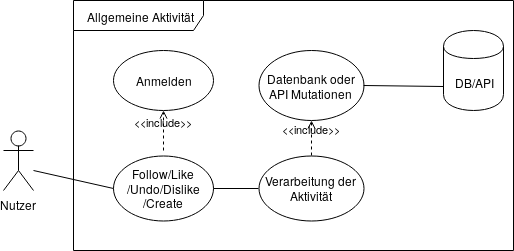
Above: figures/generel-activity-usecase.png in Mastercuber/bachelor-thesis (draw.io), before the change. Source tidied: cells renumbered, new cells last; positions are measured from the earlier drawing's top-left corner, leaving out a move shared by most shapes.
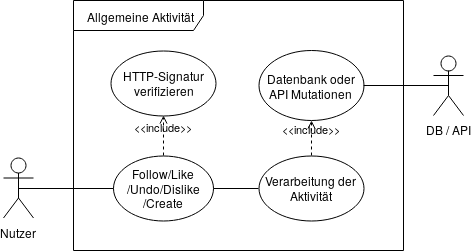
Later version of the same file.

Change to the diagram source:
```diff
@@ -3,26 +3,16 @@
     <mxCell id="0" />
     <mxCell id="1" parent="0" />
     <mxCell id="2" value="Allgemeine Aktivität" style="shape=umlFrame;whiteSpace=wrap;html=1;width=130;height=30;" parent="1" vertex="1">
-      <mxGeometry x="70" width="440" height="250" as="geometry" />
+      <mxGeometry x="70" width="330" height="250" as="geometry" />
     </mxCell>
     <mxCell id="3" value="Nutzer" style="shape=umlActor;html=1;verticalLabelPosition=bottom;verticalAlign=top;align=center;" parent="1" vertex="1">
-      <mxGeometry y="130" width="30" height="60" as="geometry" />
+      <mxGeometry y="157.5" width="30" height="60" as="geometry" />
     </mxCell>
     <mxCell id="4" value="Follow/Like/Undo/Dislike/Create" style="ellipse;whiteSpace=wrap;html=1;" parent="1" vertex="1">
       <mxGeometry x="110" y="155" width="100" height="65" as="geometry" />
     </mxCell>
-    <mxCell id="5" value="Anmelden" style="ellipse;whiteSpace=wrap;html=1;" parent="1" vertex="1">
-      <mxGeometry x="110" y="50" width="100" height="60" as="geometry" />
-    </mxCell>
-    <mxCell id="6" value="&amp;lt;&amp;lt;include&amp;gt;&amp;gt;" style="edgeStyle=none;html=1;endArrow=open;verticalAlign=bottom;dashed=1;labelBackgroundColor=none;entryX=0.5;entryY=1;entryDx=0;entryDy=0;" parent="1" edge="1" target="5">
-      <mxGeometry relative="1" as="geometry">
-        <mxPoint x="160" y="150" as="sourcePoint" />
-      </mxGeometry>
-    </mxCell>
-    <mxCell id="7" style="edgeStyle=none;html=1;endArrow=none;verticalAlign=bottom;entryX=0;entryY=0.5;entryDx=0;entryDy=0;" parent="1" edge="1" target="4">
-      <mxGeometry relative="1" as="geometry">
-        <mxPoint x="30" y="170" as="sourcePoint" />
-      </mxGeometry>
+    <mxCell id="7" style="edgeStyle=none;html=1;endArrow=none;verticalAlign=bottom;entryX=0;entryY=0.5;entryDx=0;entryDy=0;exitX=0.5;exitY=0.5;exitDx=0;exitDy=0;exitPerimeter=0;" parent="1" edge="1" source="3" target="4">
+      <mxGeometry relative="1" as="geometry" />
     </mxCell>
     <mxCell id="8" value="Verarbeitung der Aktivität" style="ellipse;whiteSpace=wrap;html=1;" parent="1" vertex="1">
       <mxGeometry x="255" y="155" width="105" height="65" as="geometry" />
@@ -30,17 +20,23 @@
     <mxCell id="9" style="edgeStyle=none;html=1;endArrow=none;verticalAlign=bottom;exitX=1;exitY=0.5;exitDx=0;exitDy=0;entryX=0;entryY=0.5;entryDx=0;entryDy=0;" parent="1" edge="1" source="4" target="8">
       <mxGeometry relative="1" as="geometry" />
     </mxCell>
-    <mxCell id="10" value="DB/API" style="shape=cylinder;whiteSpace=wrap;html=1;boundedLbl=1;backgroundOutline=1;" parent="1" vertex="1">
-      <mxGeometry x="440" y="30" width="60" height="80" as="geometry" />
-    </mxCell>
     <mxCell id="11" value="Datenbank oder API Mutationen" style="ellipse;whiteSpace=wrap;html=1;" parent="1" vertex="1">
       <mxGeometry x="255" y="50" width="105" height="70" as="geometry" />
     </mxCell>
     <mxCell id="12" value="&amp;lt;&amp;lt;include&amp;gt;&amp;gt;" style="edgeStyle=none;html=1;endArrow=open;verticalAlign=bottom;dashed=1;labelBackgroundColor=none;exitX=0.5;exitY=0;exitDx=0;exitDy=0;entryX=0.5;entryY=1;entryDx=0;entryDy=0;" parent="1" edge="1" source="8" target="11">
       <mxGeometry relative="1" as="geometry" />
     </mxCell>
-    <mxCell id="13" style="edgeStyle=none;html=1;endArrow=none;verticalAlign=bottom;exitX=1;exitY=0.5;exitDx=0;exitDy=0;entryX=0;entryY=0.7;entryDx=0;entryDy=0;" parent="1" edge="1" source="11" target="10">
+    <mxCell id="13" style="edgeStyle=none;html=1;endArrow=none;verticalAlign=bottom;exitX=1;exitY=0.5;exitDx=0;exitDy=0;entryX=0.5;entryY=0.5;entryDx=0;entryDy=0;entryPerimeter=0;" parent="1" edge="1" source="11" target="14">
       <mxGeometry relative="1" as="geometry" />
     </mxCell>
+    <mxCell id="14" value="DB / API" style="shape=umlActor;verticalLabelPosition=bottom;labelBackgroundColor=#ffffff;verticalAlign=top;html=1;outlineConnect=0;" parent="1" vertex="1">
+      <mxGeometry x="430" y="55" width="30" height="60" as="geometry" />
+    </mxCell>
+    <mxCell id="15" value="HTTP-Signatur verifizieren" style="ellipse;whiteSpace=wrap;html=1;" parent="1" vertex="1">
+      <mxGeometry x="107.5" y="50" width="105" height="65" as="geometry" />
+    </mxCell>
+    <mxCell id="6" value="&amp;lt;&amp;lt;include&amp;gt;&amp;gt;" style="edgeStyle=none;html=1;endArrow=open;verticalAlign=bottom;dashed=1;labelBackgroundColor=none;entryX=0.5;entryY=1;entryDx=0;entryDy=0;exitX=0.5;exitY=0;exitDx=0;exitDy=0;" parent="1" edge="1" source="4" target="15">
+      <mxGeometry relative="1" as="geometry" />
+    </mxCell>
   </root>
 </mxGraphModel>
```
